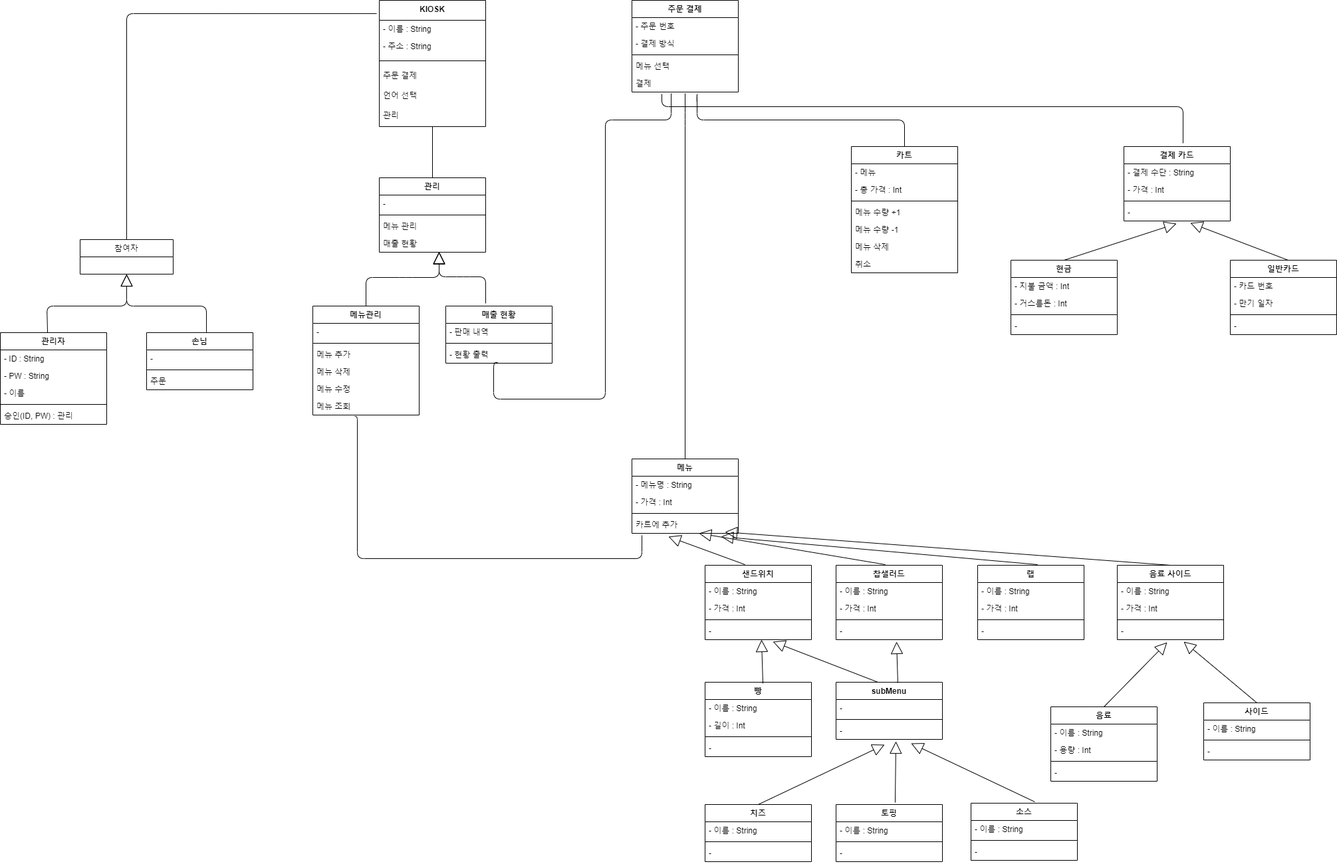
Earlier version of the draw.io export 상세명세서/Structural Model/Class diagram.png (distroytest/KNUSD-20202-Team05). Source tidied: cells renumbered, new cells last; positions are measured from the earlier drawing's top-left corner, leaving out a move shared by most shapes.
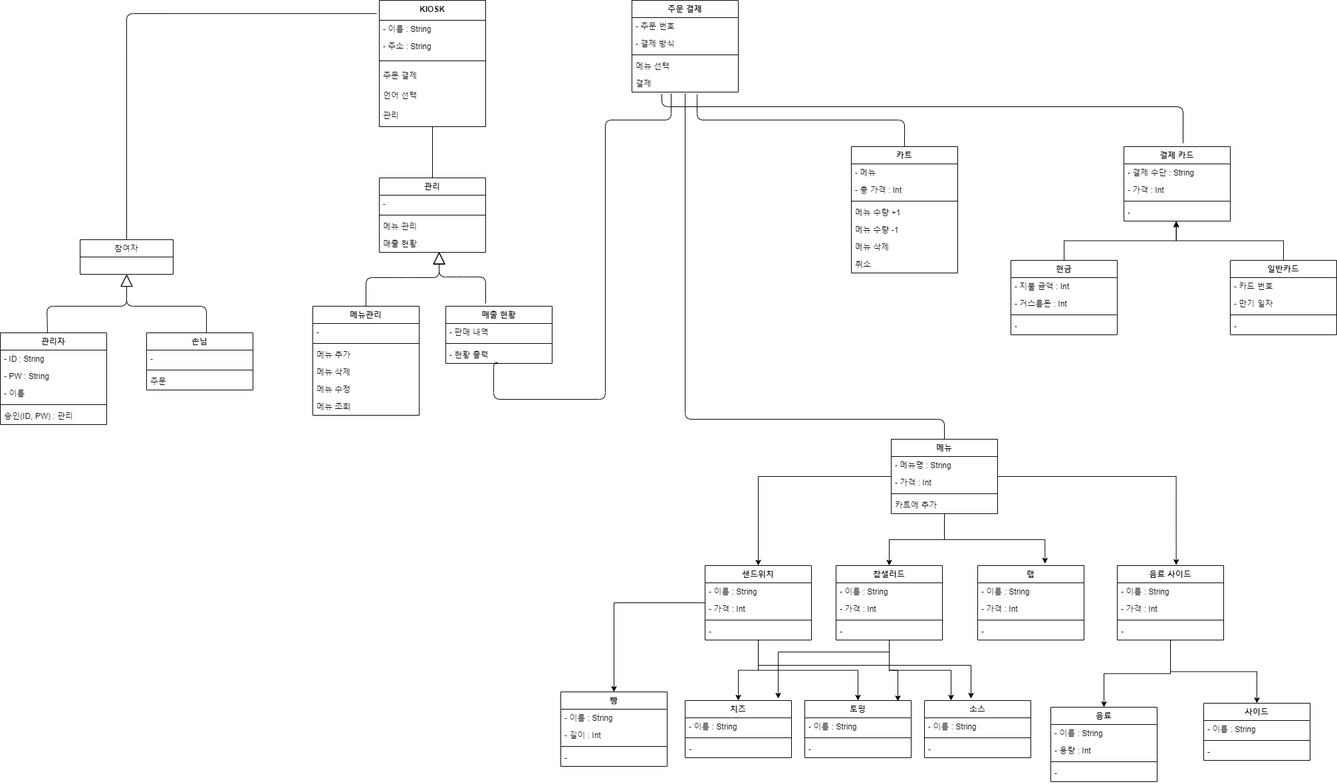
After the commit.

Change to the diagram source:
```diff
@@ -196,8 +196,24 @@
     <mxCell id="54" value="취소" style="text;strokeColor=none;fillColor=none;align=left;verticalAlign=top;spacingLeft=4;spacingRight=4;overflow=hidden;" parent="47" vertex="1">
       <mxGeometry y="164" width="160" height="26" as="geometry" />
     </mxCell>
+    <mxCell id="145" style="edgeStyle=orthogonalEdgeStyle;rounded=0;jettySize=auto;html=1;" parent="1" edge="1" source="55" target="77">
+      <mxGeometry relative="1" as="geometry">
+        <Array as="points">
+          <mxPoint x="1140" y="716" />
+        </Array>
+      </mxGeometry>
+    </mxCell>
+    <mxCell id="146" style="edgeStyle=orthogonalEdgeStyle;rounded=0;jettySize=auto;html=1;entryX=0.5;entryY=0;entryDx=0;entryDy=0;" parent="1" edge="1" source="55" target="82">
+      <mxGeometry relative="1" as="geometry" />
+    </mxCell>
+    <mxCell id="147" style="edgeStyle=orthogonalEdgeStyle;rounded=0;jettySize=auto;html=1;entryX=0.633;entryY=-0.026;entryDx=0;entryDy=0;entryPerimeter=0;" parent="1" edge="1" source="55" target="87">
+      <mxGeometry relative="1" as="geometry" />
+    </mxCell>
+    <mxCell id="148" style="edgeStyle=orthogonalEdgeStyle;rounded=0;jettySize=auto;html=1;entryX=0.554;entryY=-0.007;entryDx=0;entryDy=0;entryPerimeter=0;" parent="1" edge="1" source="55" target="92">
+      <mxGeometry relative="1" as="geometry" />
+    </mxCell>
     <mxCell id="55" value="메뉴" style="swimlane;fontStyle=1;align=center;verticalAlign=top;horizontal=1;startSize=26;" parent="1" vertex="1">
-      <mxGeometry x="950" y="690" width="160" height="112" as="geometry" />
+      <mxGeometry x="1340" y="660" width="160" height="112" as="geometry" />
     </mxCell>
     <mxCell id="56" value="- 메뉴명 : String" style="text;strokeColor=none;fillColor=none;align=left;verticalAlign=top;spacingLeft=4;spacingRight=4;overflow=hidden;" parent="55" vertex="1">
       <mxGeometry y="26" width="160" height="26" as="geometry" />
@@ -226,6 +242,9 @@
     <mxCell id="64" value="-" style="text;strokeColor=none;fillColor=none;align=left;verticalAlign=top;spacingLeft=4;spacingRight=4;overflow=hidden;points=[[0,0.5],[1,0.5]];portConstraint=eastwest;" parent="60" vertex="1">
       <mxGeometry y="86" width="160" height="26" as="geometry" />
     </mxCell>
+    <mxCell id="71" style="edgeStyle=orthogonalEdgeStyle;rounded=0;jettySize=auto;html=1;entryX=0.492;entryY=1.038;entryDx=0;entryDy=0;entryPerimeter=0;" parent="1" edge="1" source="65" target="64">
+      <mxGeometry relative="1" as="geometry" />
+    </mxCell>
     <mxCell id="65" value="일반카드" style="swimlane;fontStyle=1;align=center;verticalAlign=top;horizontal=1;startSize=26;" parent="1" vertex="1">
       <mxGeometry x="1850" y="391" width="160" height="112" as="geometry" />
     </mxCell>
@@ -241,17 +260,12 @@
     <mxCell id="69" value="-" style="text;strokeColor=none;fillColor=none;align=left;verticalAlign=top;spacingLeft=4;spacingRight=4;overflow=hidden;" parent="65" vertex="1">
       <mxGeometry y="86" width="160" height="26" as="geometry" />
     </mxCell>
-    <mxCell id="70" style="endArrow=block;endSize=16;endFill=0;html=1;entryX=0.494;entryY=1.154;entryDx=0;entryDy=0;entryPerimeter=0;exitX=0.5;exitY=0;exitDx=0;exitDy=0;" parent="1" edge="1" source="140" target="64">
-      <mxGeometry relative="1" as="geometry" />
-    </mxCell>
-    <mxCell id="71" style="endArrow=block;endSize=16;endFill=0;html=1;entryX=0.625;entryY=1.115;entryDx=0;entryDy=0;entryPerimeter=0;exitX=0.544;exitY=0;exitDx=0;exitDy=0;exitPerimeter=0;" parent="1" edge="1" source="65" target="64">
-      <mxGeometry relative="1" as="geometry" />
-    </mxCell>
     <mxCell id="72" style="endArrow=none;html=1;edgeStyle=orthogonalEdgeStyle;entryX=0.5;entryY=0;entryDx=0;entryDy=0;" parent="1" edge="1" target="55">
       <mxGeometry relative="1" as="geometry">
         <mxPoint x="1030" y="140" as="sourcePoint" />
         <Array as="points">
-          <mxPoint x="1030" y="179" />
+          <mxPoint x="1030" y="630" />
+          <mxPoint x="1420" y="630" />
         </Array>
       </mxGeometry>
     </mxCell>
@@ -272,15 +286,6 @@
         </Array>
       </mxGeometry>
     </mxCell>
-    <mxCell id="75" style="endArrow=none;html=1;edgeStyle=orthogonalEdgeStyle;exitX=0.394;exitY=1.077;exitDx=0;exitDy=0;exitPerimeter=0;entryX=0.094;entryY=1.115;entryDx=0;entryDy=0;entryPerimeter=0;" parent="1" edge="1" source="36" target="59">
-      <mxGeometry relative="1" as="geometry">
-        <Array as="points">
-          <mxPoint x="537" y="626" />
-          <mxPoint x="537" y="840" />
-          <mxPoint x="965" y="840" />
-        </Array>
-      </mxGeometry>
-    </mxCell>
     <mxCell id="76" style="endArrow=none;html=1;edgeStyle=orthogonalEdgeStyle;exitX=0.488;exitY=0.962;exitDx=0;exitDy=0;exitPerimeter=0;entryX=0.369;entryY=1.077;entryDx=0;entryDy=0;entryPerimeter=0;" parent="1" edge="1" source="40" target="46">
       <mxGeometry relative="1" as="geometry">
         <Array as="points">
@@ -292,6 +297,24 @@
         </Array>
       </mxGeometry>
     </mxCell>
+    <mxCell id="149" style="edgeStyle=orthogonalEdgeStyle;rounded=0;jettySize=auto;html=1;" parent="1" edge="1" source="77" target="101">
+      <mxGeometry relative="1" as="geometry" />
+    </mxCell>
+    <mxCell id="150" style="edgeStyle=orthogonalEdgeStyle;rounded=0;jettySize=auto;html=1;entryX=0.5;entryY=0;entryDx=0;entryDy=0;" parent="1" edge="1" source="77" target="117">
+      <mxGeometry relative="1" as="geometry" />
+    </mxCell>
+    <mxCell id="151" style="edgeStyle=orthogonalEdgeStyle;rounded=0;jettySize=auto;html=1;entryX=0.5;entryY=0;entryDx=0;entryDy=0;" parent="1" edge="1" source="77" target="113">
+      <mxGeometry relative="1" as="geometry" />
+    </mxCell>
+    <mxCell id="152" style="edgeStyle=orthogonalEdgeStyle;rounded=0;jettySize=auto;html=1;" parent="1" edge="1" source="77">
+      <mxGeometry relative="1" as="geometry">
+        <mxPoint x="1460" y="1050" as="targetPoint" />
+        <Array as="points">
+          <mxPoint x="1140" y="1000" />
+          <mxPoint x="1460" y="1000" />
+        </Array>
+      </mxGeometry>
+    </mxCell>
     <mxCell id="77" value="샌드위치" style="swimlane;fontStyle=1;align=center;verticalAlign=top;horizontal=1;startSize=26;" parent="1" vertex="1">
       <mxGeometry x="1060" y="850" width="160" height="112" as="geometry" />
     </mxCell>
@@ -307,6 +330,21 @@
     <mxCell id="81" value="-" style="text;strokeColor=none;fillColor=none;align=left;verticalAlign=top;spacingLeft=4;spacingRight=4;overflow=hidden;points=[[0,0.5],[1,0.5]];portConstraint=eastwest;" parent="77" vertex="1">
       <mxGeometry y="86" width="160" height="26" as="geometry" />
     </mxCell>
+    <mxCell id="153" style="edgeStyle=orthogonalEdgeStyle;rounded=0;jettySize=auto;html=1;" parent="1" edge="1" source="82">
+      <mxGeometry relative="1" as="geometry">
+        <mxPoint x="1170" y="1050" as="targetPoint" />
+        <Array as="points">
+          <mxPoint x="1337" y="980" />
+          <mxPoint x="1170" y="980" />
+        </Array>
+      </mxGeometry>
+    </mxCell>
+    <mxCell id="154" style="edgeStyle=orthogonalEdgeStyle;rounded=0;jettySize=auto;html=1;entryX=0.875;entryY=0.012;entryDx=0;entryDy=0;entryPerimeter=0;" parent="1" edge="1" source="82" target="113">
+      <mxGeometry relative="1" as="geometry" />
+    </mxCell>
+    <mxCell id="155" style="edgeStyle=orthogonalEdgeStyle;rounded=0;jettySize=auto;html=1;entryX=0.25;entryY=0;entryDx=0;entryDy=0;" parent="1" edge="1" source="82" target="121">
+      <mxGeometry relative="1" as="geometry" />
+    </mxCell>
     <mxCell id="82" value="찹샐러드" style="swimlane;fontStyle=1;align=center;verticalAlign=top;horizontal=1;startSize=26;" parent="1" vertex="1">
       <mxGeometry x="1257" y="850" width="160" height="112" as="geometry" />
     </mxCell>
@@ -337,6 +375,12 @@
     <mxCell id="91" value="-" style="text;strokeColor=none;fillColor=none;align=left;verticalAlign=top;spacingLeft=4;spacingRight=4;overflow=hidden;" parent="87" vertex="1">
       <mxGeometry y="86" width="160" height="26" as="geometry" />
     </mxCell>
+    <mxCell id="156" style="edgeStyle=orthogonalEdgeStyle;rounded=0;jettySize=auto;html=1;entryX=0.5;entryY=0;entryDx=0;entryDy=0;" parent="1" edge="1" source="92" target="128">
+      <mxGeometry relative="1" as="geometry" />
+    </mxCell>
+    <mxCell id="157" style="edgeStyle=orthogonalEdgeStyle;rounded=0;jettySize=auto;html=1;" parent="1" edge="1" source="92" target="133">
+      <mxGeometry relative="1" as="geometry" />
+    </mxCell>
     <mxCell id="92" value="음료 사이드" style="swimlane;fontStyle=1;align=center;verticalAlign=top;horizontal=1;startSize=26;" parent="1" vertex="1">
       <mxGeometry x="1680" y="850" width="160" height="112" as="geometry" />
     </mxCell>
@@ -352,20 +396,8 @@
     <mxCell id="96" value="-" style="text;strokeColor=none;fillColor=none;align=left;verticalAlign=top;spacingLeft=4;spacingRight=4;overflow=hidden;points=[[0,0.5],[1,0.5]];portConstraint=eastwest;" parent="92" vertex="1">
       <mxGeometry y="86" width="160" height="26" as="geometry" />
     </mxCell>
-    <mxCell id="97" style="endArrow=block;endSize=16;endFill=0;html=1;entryX=0.344;entryY=1.192;entryDx=0;entryDy=0;entryPerimeter=0;exitX=0.375;exitY=-0.009;exitDx=0;exitDy=0;exitPerimeter=0;" parent="1" edge="1" source="77" target="59">
-      <mxGeometry relative="1" as="geometry" />
-    </mxCell>
-    <mxCell id="98" style="endArrow=block;endSize=16;endFill=0;html=1;entryX=0.631;entryY=1;entryDx=0;entryDy=0;entryPerimeter=0;exitX=0.463;exitY=-0.009;exitDx=0;exitDy=0;exitPerimeter=0;" parent="1" edge="1" source="82" target="59">
-      <mxGeometry relative="1" as="geometry" />
-    </mxCell>
-    <mxCell id="99" style="endArrow=block;endSize=16;endFill=0;html=1;entryX=0.838;entryY=1.192;entryDx=0;entryDy=0;entryPerimeter=0;exitX=0.563;exitY=-0.009;exitDx=0;exitDy=0;exitPerimeter=0;" parent="1" edge="1" source="87" target="59">
-      <mxGeometry relative="1" as="geometry" />
-    </mxCell>
-    <mxCell id="100" style="endArrow=block;endSize=16;endFill=0;html=1;entryX=0.875;entryY=0.923;entryDx=0;entryDy=0;entryPerimeter=0;exitX=0.5;exitY=0;exitDx=0;exitDy=0;" parent="1" edge="1" source="92" target="59">
-      <mxGeometry relative="1" as="geometry" />
-    </mxCell>
     <mxCell id="101" value="빵" style="swimlane;fontStyle=1;align=center;verticalAlign=top;horizontal=1;startSize=26;" parent="1" vertex="1">
-      <mxGeometry x="1060" y="1026" width="160" height="112" as="geometry" />
+      <mxGeometry x="843" y="1040" width="160" height="112" as="geometry" />
     </mxCell>
     <mxCell id="102" value="- 이름 : String" style="text;strokeColor=none;fillColor=none;align=left;verticalAlign=top;spacingLeft=4;spacingRight=4;overflow=hidden;" parent="101" vertex="1">
       <mxGeometry y="26" width="160" height="26" as="geometry" />
@@ -379,29 +411,8 @@
     <mxCell id="105" value="-" style="text;strokeColor=none;fillColor=none;align=left;verticalAlign=top;spacingLeft=4;spacingRight=4;overflow=hidden;" parent="101" vertex="1">
       <mxGeometry y="86" width="160" height="26" as="geometry" />
     </mxCell>
-    <mxCell id="106" style="endArrow=block;endSize=16;endFill=0;html=1;entryX=0.531;entryY=1;entryDx=0;entryDy=0;entryPerimeter=0;exitX=0.544;exitY=0.018;exitDx=0;exitDy=0;exitPerimeter=0;" parent="1" edge="1" source="101" target="81">
-      <mxGeometry relative="1" as="geometry" />
-    </mxCell>
-    <mxCell id="107" value="subMenu" style="swimlane;fontStyle=1;align=center;verticalAlign=top;horizontal=1;startSize=26;" parent="1" vertex="1">
-      <mxGeometry x="1257" y="1026" width="160" height="86" as="geometry" />
-    </mxCell>
-    <mxCell id="108" value="-" style="text;strokeColor=none;fillColor=none;align=left;verticalAlign=top;spacingLeft=4;spacingRight=4;overflow=hidden;" parent="107" vertex="1">
-      <mxGeometry y="26" width="160" height="26" as="geometry" />
-    </mxCell>
-    <mxCell id="109" style="line;strokeWidth=1;fillColor=none;align=left;verticalAlign=middle;spacingTop=-1;spacingLeft=3;spacingRight=3;labelPosition=right;" parent="107" vertex="1">
-      <mxGeometry y="52" width="160" height="8" as="geometry" />
-    </mxCell>
-    <mxCell id="110" value="-" style="text;strokeColor=none;fillColor=none;align=left;verticalAlign=top;spacingLeft=4;spacingRight=4;overflow=hidden;points=[[0,0.5],[1,0.5]];portConstraint=eastwest;" parent="107" vertex="1">
-      <mxGeometry y="60" width="160" height="26" as="geometry" />
-    </mxCell>
-    <mxCell id="111" style="endArrow=block;endSize=16;endFill=0;html=1;entryX=0.638;entryY=1.115;entryDx=0;entryDy=0;entryPerimeter=0;exitX=0.394;exitY=0;exitDx=0;exitDy=0;exitPerimeter=0;" parent="1" edge="1" source="107" target="81">
-      <mxGeometry relative="1" as="geometry" />
-    </mxCell>
-    <mxCell id="112" style="endArrow=block;endSize=16;endFill=0;html=1;entryX=0.569;entryY=1.115;entryDx=0;entryDy=0;entryPerimeter=0;exitX=0.581;exitY=0.012;exitDx=0;exitDy=0;exitPerimeter=0;" parent="1" edge="1" source="107" target="86">
-      <mxGeometry relative="1" as="geometry" />
-    </mxCell>
     <mxCell id="113" value="토핑" style="swimlane;fontStyle=1;align=center;verticalAlign=top;horizontal=1;startSize=26;" parent="1" vertex="1">
-      <mxGeometry x="1257" y="1210" width="160" height="86" as="geometry" />
+      <mxGeometry x="1210" y="1053" width="160" height="86" as="geometry" />
     </mxCell>
     <mxCell id="114" value="- 이름 : String" style="text;strokeColor=none;fillColor=none;align=left;verticalAlign=top;spacingLeft=4;spacingRight=4;overflow=hidden;" parent="113" vertex="1">
       <mxGeometry y="26" width="160" height="26" as="geometry" />
@@ -413,7 +424,7 @@
       <mxGeometry y="60" width="160" height="26" as="geometry" />
     </mxCell>
     <mxCell id="117" value="치즈" style="swimlane;fontStyle=1;align=center;verticalAlign=top;horizontal=1;startSize=26;" parent="1" vertex="1">
-      <mxGeometry x="1060" y="1210" width="160" height="86" as="geometry" />
+      <mxGeometry x="1030" y="1053" width="160" height="86" as="geometry" />
     </mxCell>
     <mxCell id="118" value="- 이름 : String" style="text;strokeColor=none;fillColor=none;align=left;verticalAlign=top;spacingLeft=4;spacingRight=4;overflow=hidden;" parent="117" vertex="1">
       <mxGeometry y="26" width="160" height="26" as="geometry" />
@@ -425,7 +436,7 @@
       <mxGeometry y="60" width="160" height="26" as="geometry" />
     </mxCell>
     <mxCell id="121" value="소스" style="swimlane;fontStyle=1;align=center;verticalAlign=top;horizontal=1;startSize=26;" parent="1" vertex="1">
-      <mxGeometry x="1460" y="1208" width="160" height="86" as="geometry" />
+      <mxGeometry x="1390" y="1053" width="160" height="86" as="geometry" />
     </mxCell>
     <mxCell id="122" value="- 이름 : String" style="text;strokeColor=none;fillColor=none;align=left;verticalAlign=top;spacingLeft=4;spacingRight=4;overflow=hidden;" parent="121" vertex="1">
       <mxGeometry y="26" width="160" height="26" as="geometry" />
@@ -436,15 +447,6 @@
     <mxCell id="124" value="-" style="text;strokeColor=none;fillColor=none;align=left;verticalAlign=top;spacingLeft=4;spacingRight=4;overflow=hidden;" parent="121" vertex="1">
       <mxGeometry y="60" width="160" height="26" as="geometry" />
     </mxCell>
-    <mxCell id="125" style="endArrow=block;endSize=16;endFill=0;html=1;entryX=0.456;entryY=1.308;entryDx=0;entryDy=0;entryPerimeter=0;exitX=0.5;exitY=0;exitDx=0;exitDy=0;" parent="1" edge="1" source="117" target="110">
-      <mxGeometry relative="1" as="geometry" />
-    </mxCell>
-    <mxCell id="126" style="endArrow=block;endSize=16;endFill=0;html=1;entryX=0.563;entryY=1.115;entryDx=0;entryDy=0;entryPerimeter=0;exitX=0.556;exitY=-0.035;exitDx=0;exitDy=0;exitPerimeter=0;" parent="1" edge="1" source="113" target="110">
-      <mxGeometry relative="1" as="geometry" />
-    </mxCell>
-    <mxCell id="127" style="endArrow=block;endSize=16;endFill=0;html=1;exitX=0.6;exitY=-0.023;exitDx=0;exitDy=0;exitPerimeter=0;entryX=0.706;entryY=1.231;entryDx=0;entryDy=0;entryPerimeter=0;" parent="1" edge="1" source="121" target="110">
-      <mxGeometry relative="1" as="geometry" />
-    </mxCell>
     <mxCell id="128" value="음료" style="swimlane;fontStyle=1;align=center;verticalAlign=top;horizontal=1;startSize=26;" parent="1" vertex="1">
       <mxGeometry x="1580" y="1063" width="160" height="112" as="geometry" />
     </mxCell>
@@ -472,15 +474,12 @@
     <mxCell id="136" value="-" style="text;strokeColor=none;fillColor=none;align=left;verticalAlign=top;spacingLeft=4;spacingRight=4;overflow=hidden;" parent="133" vertex="1">
       <mxGeometry y="60" width="160" height="26" as="geometry" />
     </mxCell>
-    <mxCell id="137" style="endArrow=block;endSize=16;endFill=0;html=1;entryX=0.469;entryY=1.154;entryDx=0;entryDy=0;entryPerimeter=0;exitX=0.5;exitY=0;exitDx=0;exitDy=0;" parent="1" edge="1" source="128" target="96">
-      <mxGeometry relative="1" as="geometry" />
-    </mxCell>
-    <mxCell id="138" style="endArrow=block;endSize=16;endFill=0;html=1;exitX=0.5;exitY=0;exitDx=0;exitDy=0;entryX=0.625;entryY=1.115;entryDx=0;entryDy=0;entryPerimeter=0;" parent="1" edge="1" source="133" target="96">
-      <mxGeometry relative="1" as="geometry" />
-    </mxCell>
     <mxCell id="139" style="endArrow=none;html=1;edgeStyle=orthogonalEdgeStyle;entryX=0.5;entryY=0;entryDx=0;entryDy=0;exitX=0.5;exitY=1;exitDx=0;exitDy=0;exitPerimeter=0;" parent="1" edge="1" source="8" target="23">
       <mxGeometry relative="1" as="geometry" />
     </mxCell>
+    <mxCell id="70" style="edgeStyle=orthogonalEdgeStyle;rounded=0;jettySize=auto;html=1;entryX=0.492;entryY=0.993;entryDx=0;entryDy=0;entryPerimeter=0;" parent="1" edge="1" source="140" target="64">
+      <mxGeometry relative="1" as="geometry" />
+    </mxCell>
     <mxCell id="140" value="현금" style="swimlane;fontStyle=1;align=center;verticalAlign=top;horizontal=1;startSize=26;" parent="1" vertex="1">
       <mxGeometry x="1520" y="391" width="160" height="112" as="geometry" />
     </mxCell>
```
